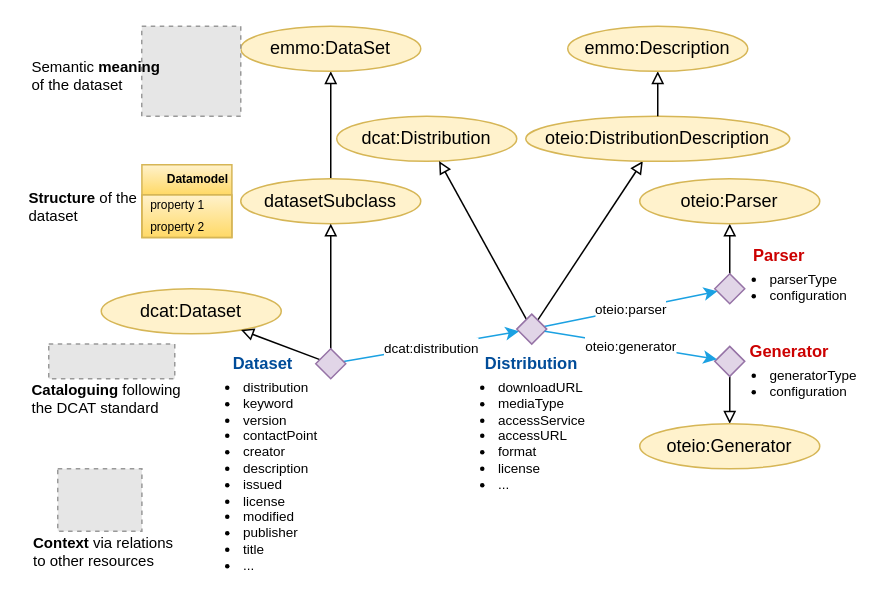
Above: page "Dataset" (1 of 12) of docs/figs/dataset.drawio in EMMC-ASBL/tripper (draw.io), before the change. Source tidied: cells renumbered, new cells numbered last; positions are measured from the earlier drawing's top-left corner, leaving out a move shared by most shapes. Both pictures are drawn from the tidied source at 150%, with x=0, y=0 at pixel (26, 26). Pictures stored in the file or linked from it are replaced by grey dashed boxes.
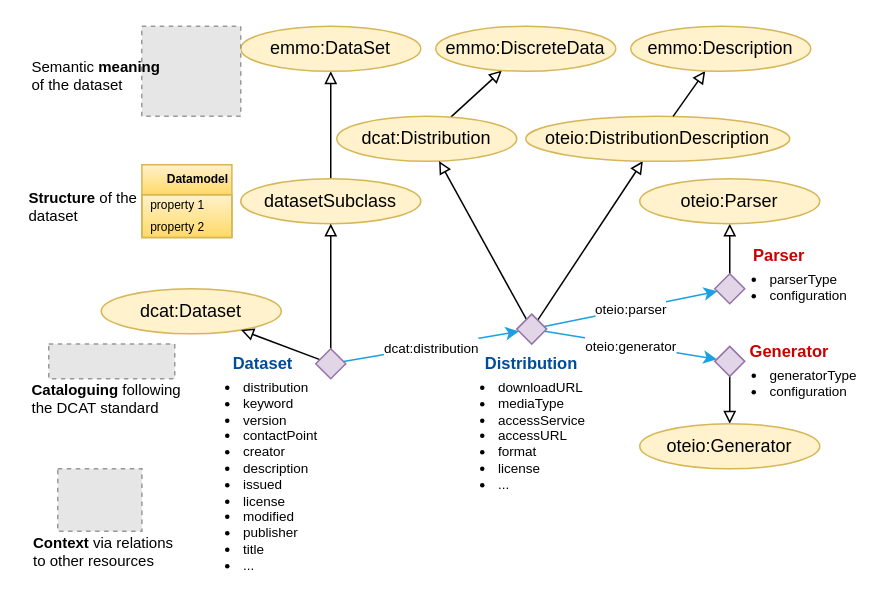
The same diagram, later.

The change refers to these unchanged cells:
```xml
<mxCell id="8" value="dcat:Distribution" style="ellipse;whiteSpace=wrap;html=1;fillColor=#fff2cc;strokeColor=#d6b656;" parent="1" vertex="1">
  <mxGeometry x="207" y="60" width="120" height="30" as="geometry" />
</mxCell>
```

What changed in the source:
```diff
@@
+    <mxCell id="46" style="edgeStyle=none;shape=connector;rounded=0;jettySize=auto;html=1;strokeColor=default;align=center;verticalAlign=middle;fontFamily=Helvetica;fontSize=11;fontColor=default;labelBackgroundColor=default;endArrow=block;endFill=0;" parent="1" edge="1" source="8" target="47">
+      <mxGeometry relative="1" as="geometry" />
+    </mxCell>
@@
     <mxCell id="45" value="emmo:Description" style="ellipse;whiteSpace=wrap;html=1;fillColor=#fff2cc;strokeColor=#d6b656;" parent="1" vertex="1">
-      <mxGeometry x="361" width="120" height="30" as="geometry" />
+      <mxGeometry x="403" width="120" height="30" as="geometry" />
     </mxCell>
+    <mxCell id="47" value="emmo:DiscreteData" style="ellipse;whiteSpace=wrap;html=1;fillColor=#fff2cc;strokeColor=#d6b656;" parent="1" vertex="1">
+      <mxGeometry x="273" width="120" height="30" as="geometry" />
+    </mxCell>
```
